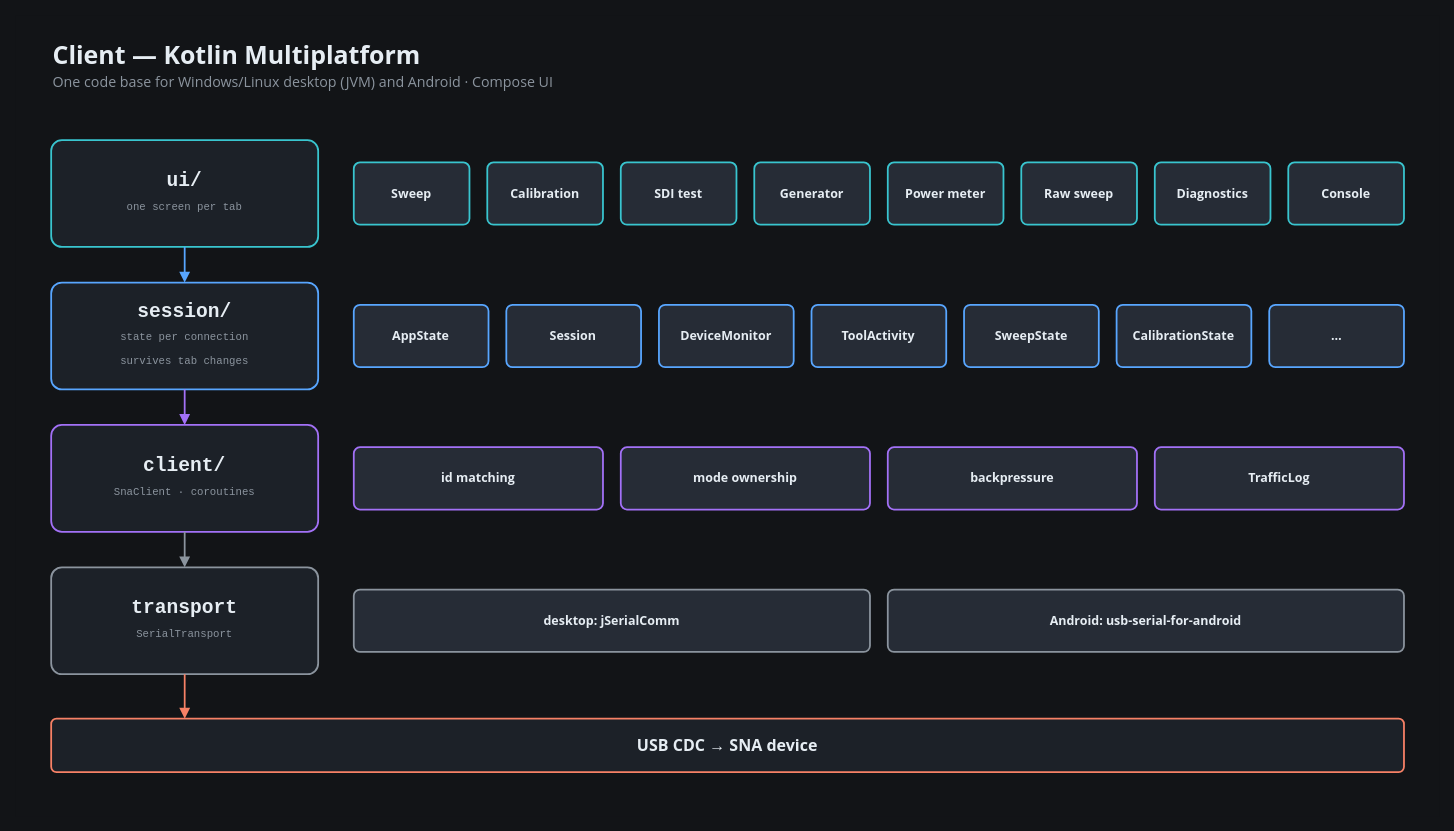
Before: Software/docs/presentation/diagrams/sw-01-client-architecture.drawio in ml3rc/SNA, a draw.io diagram. Source tidied: cells renumbered, new cells numbered last; positions are measured from the earlier drawing's top-left corner, leaving out a move shared by most shapes. Both pictures are drawn from the tidied source at 89%, with x=0, y=0 at pixel (15, 15).
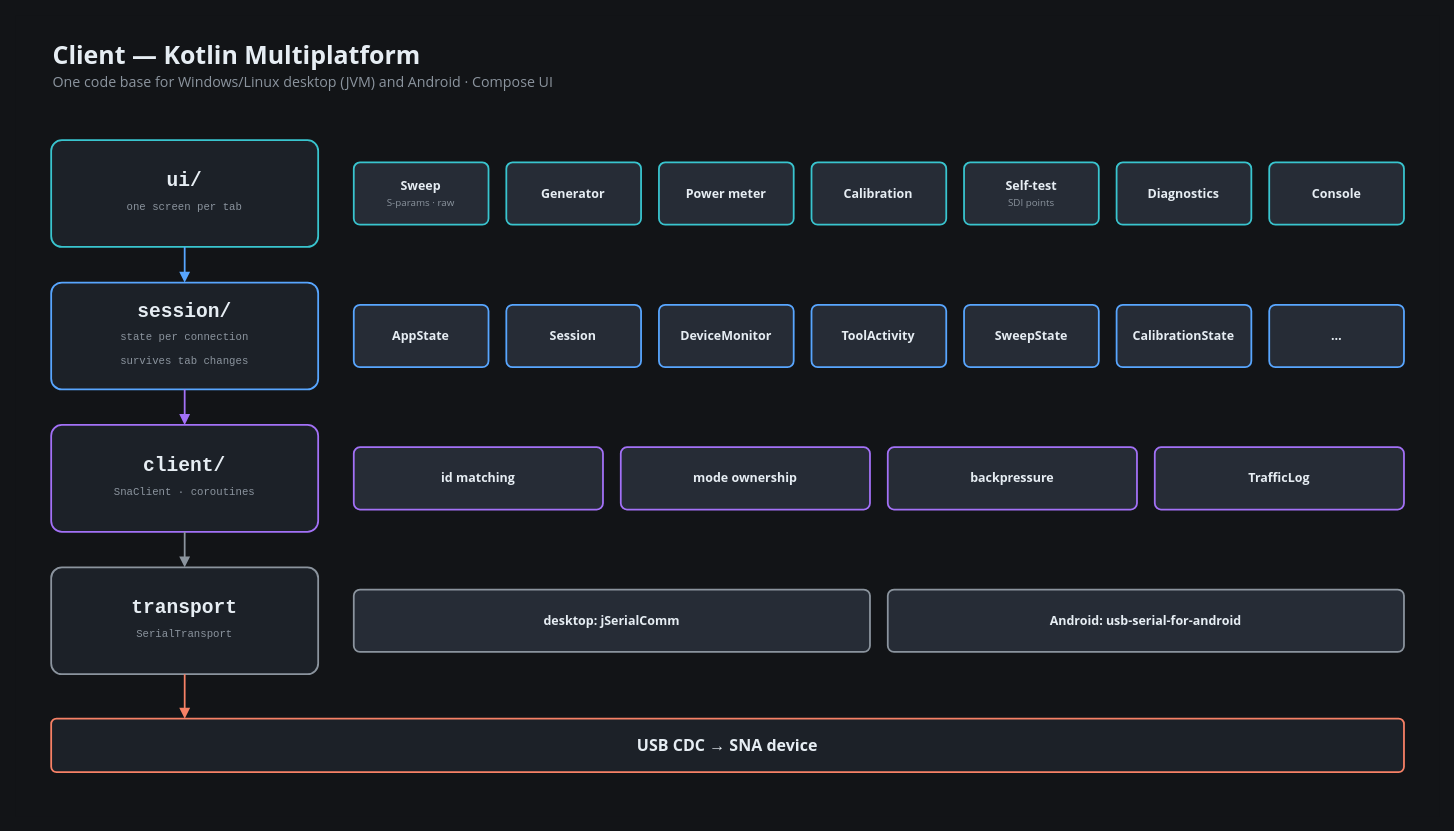
The same page after the edit.

Diff of the diagram source:
```diff
@@
-    <mxCell id="6" value="&lt;b&gt;Sweep&lt;/b&gt;" style="rounded=1;arcSize=10;whiteSpace=wrap;html=1;fillColor=#262C36;strokeColor=#39C5CF;strokeWidth=2;fontColor=#E6EDF3;fontFamily=Segoe UI;fontSize=14;align=center;verticalAlign=middle;spacing=6;" parent="1" vertex="1">
-      <mxGeometry x="380" y="165" width="130" height="70" as="geometry" />
+    <mxCell id="6" value="&lt;b&gt;Sweep&lt;/b&gt;&lt;br&gt;&lt;span style=&quot;font-size:11px;color:#8B949E&quot;&gt;S-params · raw&lt;/span&gt;" style="rounded=1;arcSize=10;whiteSpace=wrap;html=1;fillColor=#262C36;strokeColor=#39C5CF;strokeWidth=2;fontColor=#E6EDF3;fontFamily=Segoe UI;fontSize=14;align=center;verticalAlign=middle;spacing=6;" parent="1" vertex="1">
+      <mxGeometry x="380" y="165" width="151.4" height="70" as="geometry" />
     </mxCell>
-    <mxCell id="7" value="&lt;b&gt;Calibration&lt;/b&gt;" style="rounded=1;arcSize=10;whiteSpace=wrap;html=1;fillColor=#262C36;strokeColor=#39C5CF;strokeWidth=2;fontColor=#E6EDF3;fontFamily=Segoe UI;fontSize=14;align=center;verticalAlign=middle;spacing=6;" parent="1" vertex="1">
-      <mxGeometry x="530" y="165" width="130" height="70" as="geometry" />
+    <mxCell id="7" value="&lt;b&gt;Generator&lt;/b&gt;" style="rounded=1;arcSize=10;whiteSpace=wrap;html=1;fillColor=#262C36;strokeColor=#39C5CF;strokeWidth=2;fontColor=#E6EDF3;fontFamily=Segoe UI;fontSize=14;align=center;verticalAlign=middle;spacing=6;" parent="1" vertex="1">
+      <mxGeometry x="551.4" y="165" width="151.4" height="70" as="geometry" />
     </mxCell>
-    <mxCell id="8" value="&lt;b&gt;SDI test&lt;/b&gt;" style="rounded=1;arcSize=10;whiteSpace=wrap;html=1;fillColor=#262C36;strokeColor=#39C5CF;strokeWidth=2;fontColor=#E6EDF3;fontFamily=Segoe UI;fontSize=14;align=center;verticalAlign=middle;spacing=6;" parent="1" vertex="1">
-      <mxGeometry x="680" y="165" width="130" height="70" as="geometry" />
+    <mxCell id="8" value="&lt;b&gt;Power meter&lt;/b&gt;" style="rounded=1;arcSize=10;whiteSpace=wrap;html=1;fillColor=#262C36;strokeColor=#39C5CF;strokeWidth=2;fontColor=#E6EDF3;fontFamily=Segoe UI;fontSize=14;align=center;verticalAlign=middle;spacing=6;" parent="1" vertex="1">
+      <mxGeometry x="722.9" y="165" width="151.4" height="70" as="geometry" />
     </mxCell>
-    <mxCell id="9" value="&lt;b&gt;Generator&lt;/b&gt;" style="rounded=1;arcSize=10;whiteSpace=wrap;html=1;fillColor=#262C36;strokeColor=#39C5CF;strokeWidth=2;fontColor=#E6EDF3;fontFamily=Segoe UI;fontSize=14;align=center;verticalAlign=middle;spacing=6;" parent="1" vertex="1">
-      <mxGeometry x="830" y="165" width="130" height="70" as="geometry" />
+    <mxCell id="9" value="&lt;b&gt;Calibration&lt;/b&gt;" style="rounded=1;arcSize=10;whiteSpace=wrap;html=1;fillColor=#262C36;strokeColor=#39C5CF;strokeWidth=2;fontColor=#E6EDF3;fontFamily=Segoe UI;fontSize=14;align=center;verticalAlign=middle;spacing=6;" parent="1" vertex="1">
+      <mxGeometry x="894.3" y="165" width="151.4" height="70" as="geometry" />
     </mxCell>
-    <mxCell id="10" value="&lt;b&gt;Power meter&lt;/b&gt;" style="rounded=1;arcSize=10;whiteSpace=wrap;html=1;fillColor=#262C36;strokeColor=#39C5CF;strokeWidth=2;fontColor=#E6EDF3;fontFamily=Segoe UI;fontSize=14;align=center;verticalAlign=middle;spacing=6;" parent="1" vertex="1">
-      <mxGeometry x="980" y="165" width="130" height="70" as="geometry" />
+    <mxCell id="10" value="&lt;b&gt;Self-test&lt;/b&gt;&lt;br&gt;&lt;span style=&quot;font-size:11px;color:#8B949E&quot;&gt;SDI points&lt;/span&gt;" style="rounded=1;arcSize=10;whiteSpace=wrap;html=1;fillColor=#262C36;strokeColor=#39C5CF;strokeWidth=2;fontColor=#E6EDF3;fontFamily=Segoe UI;fontSize=14;align=center;verticalAlign=middle;spacing=6;" parent="1" vertex="1">
+      <mxGeometry x="1065.7" y="165" width="151.4" height="70" as="geometry" />
     </mxCell>
-    <mxCell id="11" value="&lt;b&gt;Raw sweep&lt;/b&gt;" style="rounded=1;arcSize=10;whiteSpace=wrap;html=1;fillColor=#262C36;strokeColor=#39C5CF;strokeWidth=2;fontColor=#E6EDF3;fontFamily=Segoe UI;fontSize=14;align=center;verticalAlign=middle;spacing=6;" parent="1" vertex="1">
-      <mxGeometry x="1130" y="165" width="130" height="70" as="geometry" />
+    <mxCell id="11" value="&lt;b&gt;Diagnostics&lt;/b&gt;" style="rounded=1;arcSize=10;whiteSpace=wrap;html=1;fillColor=#262C36;strokeColor=#39C5CF;strokeWidth=2;fontColor=#E6EDF3;fontFamily=Segoe UI;fontSize=14;align=center;verticalAlign=middle;spacing=6;" parent="1" vertex="1">
+      <mxGeometry x="1237.1" y="165" width="151.4" height="70" as="geometry" />
     </mxCell>
-    <mxCell id="12" value="&lt;b&gt;Diagnostics&lt;/b&gt;" style="rounded=1;arcSize=10;whiteSpace=wrap;html=1;fillColor=#262C36;strokeColor=#39C5CF;strokeWidth=2;fontColor=#E6EDF3;fontFamily=Segoe UI;fontSize=14;align=center;verticalAlign=middle;spacing=6;" parent="1" vertex="1">
-      <mxGeometry x="1280" y="165" width="130" height="70" as="geometry" />
+    <mxCell id="12" value="&lt;b&gt;Console&lt;/b&gt;" style="rounded=1;arcSize=10;whiteSpace=wrap;html=1;fillColor=#262C36;strokeColor=#39C5CF;strokeWidth=2;fontColor=#E6EDF3;fontFamily=Segoe UI;fontSize=14;align=center;verticalAlign=middle;spacing=6;" parent="1" vertex="1">
+      <mxGeometry x="1408.6" y="165" width="151.4" height="70" as="geometry" />
     </mxCell>
-    <mxCell id="13" value="&lt;b&gt;Console&lt;/b&gt;" style="rounded=1;arcSize=10;whiteSpace=wrap;html=1;fillColor=#262C36;strokeColor=#39C5CF;strokeWidth=2;fontColor=#E6EDF3;fontFamily=Segoe UI;fontSize=14;align=center;verticalAlign=middle;spacing=6;" parent="1" vertex="1">
-      <mxGeometry x="1430" y="165" width="130" height="70" as="geometry" />
-    </mxCell>
```
